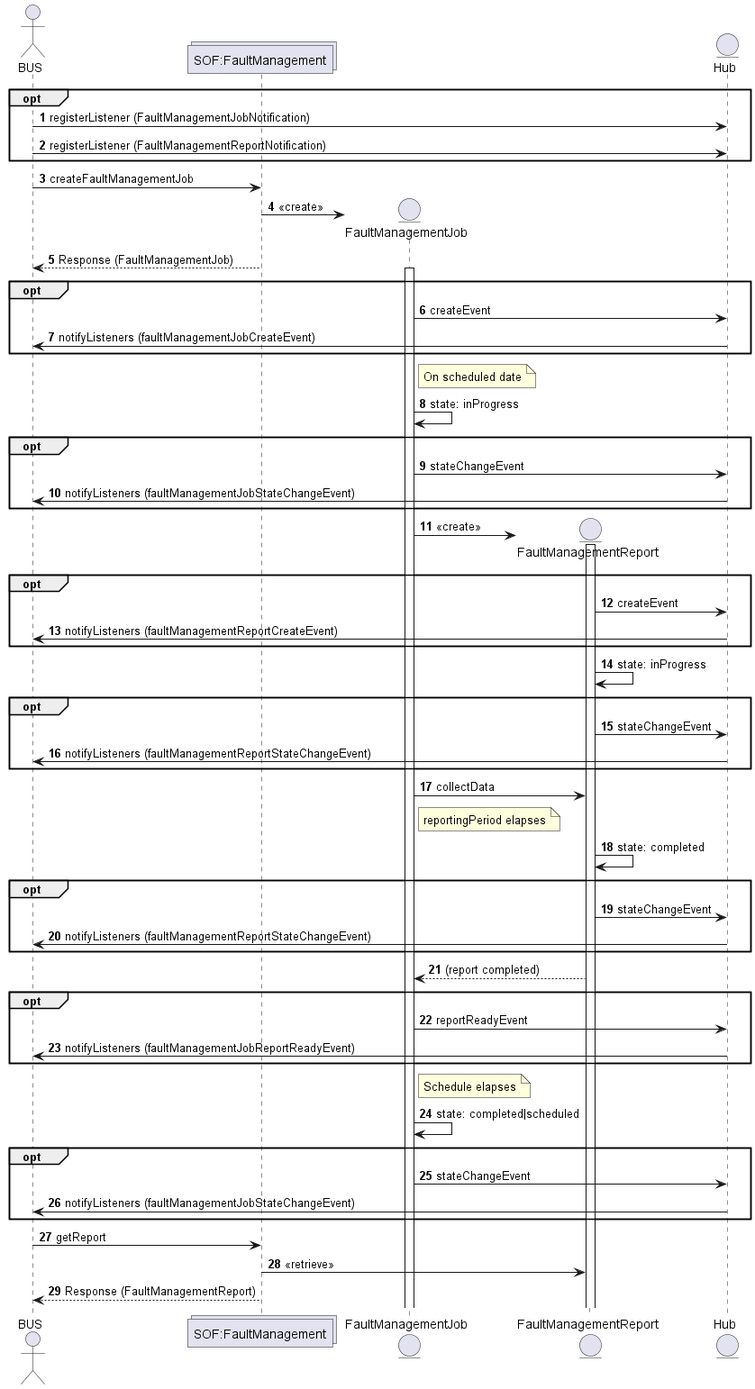
Earlier version of the PlantUML export documentation/serviceApi/fm/media/fmProvisioning.png (MEF-GIT/MEF-LSO-Legato-SDK).
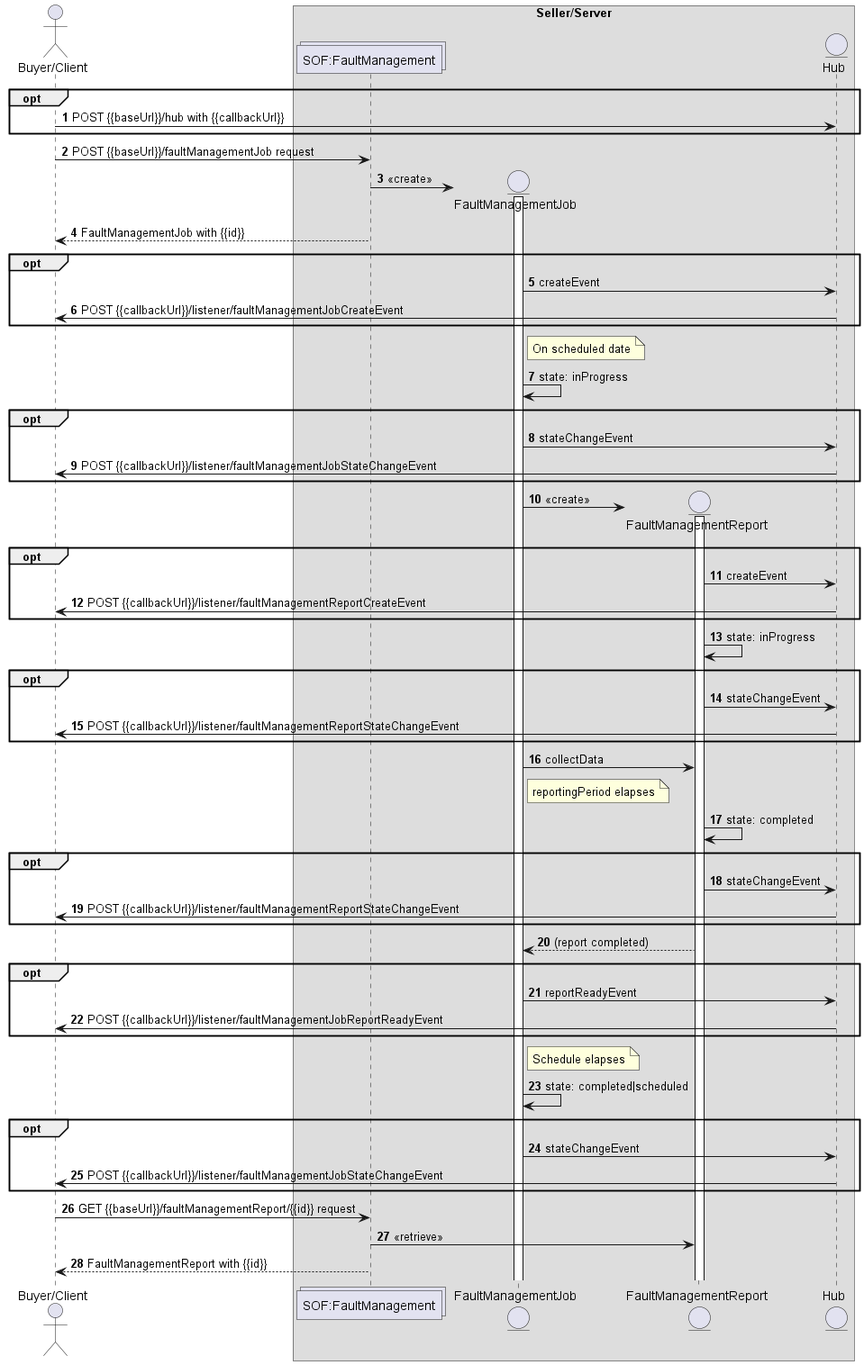
After the change.

Diff of the diagram source:
```diff
@@ -1,28 +1,26 @@
 @startuml fmProvisioning
 autonumber
 
-actor BUS as B
+actor "Buyer/Client" as B
+box "Seller/Server"
 collections "SOF:FaultManagement" as SOF
 
 entity Hub
 
 opt
-B -> Hub: registerListener (FaultManagementJobNotification)
-B -> Hub: registerListener (FaultManagementReportNotification)
+B -> Hub : POST {{baseUrl}}/hub with {{callbackUrl}}
 end
 
-B -> SOF: createFaultManagementJob
+B -> SOF: POST {{baseUrl}}/faultManagementJob request
 
 create entity FaultManagementJob as FMJ
 SOF -> FMJ: <<create>>
-
-SOF --> B: Response (FaultManagementJob)
-
 activate FMJ
+SOF --> B: FaultManagementJob with {{id}}
 
 opt
 FMJ -> Hub: createEvent
-Hub -> B: notifyListeners (faultManagementJobCreateEvent)
+Hub -> B: POST {{callbackUrl}}/listener/faultManagementJobCreateEvent
 end
 
 note right of FMJ: On scheduled date
@@ -30,7 +28,7 @@
 
 opt
 FMJ -> Hub: stateChangeEvent
-Hub -> B: notifyListeners (faultManagementJobStateChangeEvent)
+Hub -> B: POST {{callbackUrl}}/listener/faultManagementJobStateChangeEvent
 end
 
 create entity FaultManagementReport as FMR
@@ -40,14 +38,14 @@
 
 opt
 FMR -> Hub: createEvent
-Hub -> B: notifyListeners (faultManagementReportCreateEvent)
+Hub -> B: POST {{callbackUrl}}/listener/faultManagementReportCreateEvent
 end
 
 FMR -> FMR: state: inProgress
 
 opt
 FMR -> Hub: stateChangeEvent
-Hub -> B: notifyListeners (faultManagementReportStateChangeEvent)
+Hub -> B: POST {{callbackUrl}}/listener/faultManagementReportStateChangeEvent
 end
 
 FMJ -> FMR: collectData
@@ -59,14 +57,14 @@
 
 opt
 FMR -> Hub: stateChangeEvent
-Hub -> B: notifyListeners (faultManagementReportStateChangeEvent)
+Hub -> B: POST {{callbackUrl}}/listener/faultManagementReportStateChangeEvent
 end
 
 FMR --> FMJ: (report completed)
 
 opt
 FMJ -> Hub: reportReadyEvent
-Hub -> B: notifyListeners (faultManagementJobReportReadyEvent)
+Hub -> B: POST {{callbackUrl}}/listener/faultManagementJobReportReadyEvent
 end
 
 note right of FMJ: Schedule elapses
@@ -75,13 +73,15 @@
 
 opt
 FMJ -> Hub: stateChangeEvent
-Hub -> B: notifyListeners (faultManagementJobStateChangeEvent)
+Hub -> B: POST {{callbackUrl}}/listener/faultManagementJobStateChangeEvent
 end
 
-B -> SOF: getReport
+B -> SOF: GET {{baseUrl}}/faultManagementReport/{{id}} request
 SOF -> FMR: <<retrieve>>
-SOF --> B: Response (FaultManagementReport)
+SOF --> B: FaultManagementReport with {{id}}
 
 entity Hub
 
+end box
+
 @enduml
```
